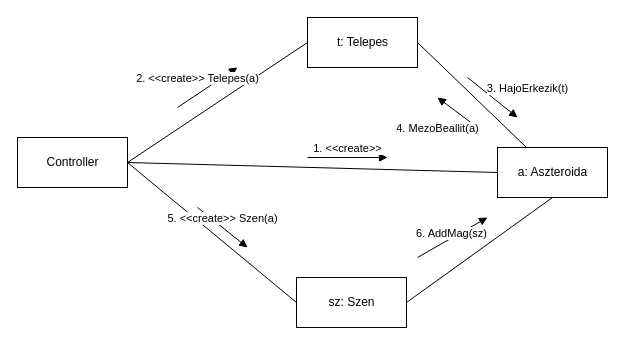
torpeBoiGo/aszteroidabanyaszat keeps this draw.io diagram as page "szen" (3 of 4) of doc/kommunikacio/kom_TelepesBanyasz.drawio. Above is the earlier version. Source tidied: cells renumbered, new cells numbered last; positions are measured from the earlier drawing's top-left corner, leaving out a move shared by most shapes. Both pictures are drawn from the tidied source at 100%, with x=0, y=0 at pixel (17, 17).
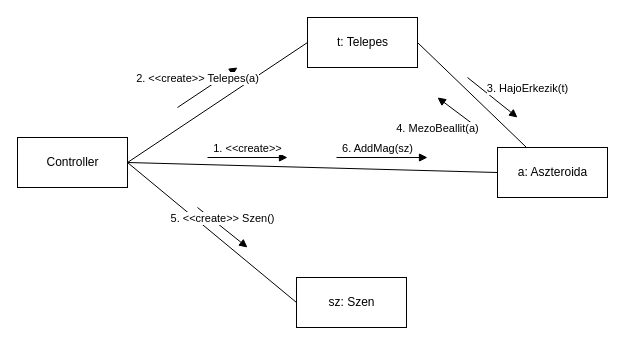
Above is the later version.

The change refers to these unchanged cells:
```xml
<mxCell id="4" value="a: Aszteroida" style="html=1;" parent="1" vertex="1">
  <mxGeometry x="480" y="130" width="110" height="50" as="geometry" />
</mxCell>
<mxCell id="12" value="sz: Szen" style="html=1;" parent="1" vertex="1">
  <mxGeometry x="279" y="260" width="110" height="50" as="geometry" />
</mxCell>
```

The edit, as a diff of the source:
```diff
@@
     <mxCell id="7" value="1. &amp;lt;&amp;lt;create&amp;gt;&amp;gt;" style="html=1;verticalAlign=bottom;endArrow=block;" parent="1" edge="1">
       <mxGeometry relative="1" as="geometry">
-        <mxPoint x="290" y="140" as="sourcePoint" />
-        <mxPoint x="370" y="140" as="targetPoint" />
+        <mxPoint x="190" y="140" as="sourcePoint" />
+        <mxPoint x="270" y="140" as="targetPoint" />
       </mxGeometry>
     </mxCell>
@@
-    <mxCell id="14" style="endArrow=none;html=1;exitX=1;exitY=0.5;exitDx=0;exitDy=0;entryX=0.5;entryY=1;entryDx=0;entryDy=0;" parent="1" edge="1" source="12" target="4">
-      <mxGeometry relative="1" as="geometry" />
-    </mxCell>
-    <mxCell id="15" value="5. &amp;lt;&amp;lt;create&amp;gt;&amp;gt; Szen(a)" style="html=1;verticalAlign=bottom;endArrow=block;" parent="1" edge="1">
+    <mxCell id="15" value="5. &amp;lt;&amp;lt;create&amp;gt;&amp;gt; Szen()" style="html=1;verticalAlign=bottom;endArrow=block;" parent="1" edge="1">
       <mxGeometry relative="1" as="geometry">
         <mxPoint x="180" y="190" as="sourcePoint" />
         <mxPoint x="230" y="230" as="targetPoint" />
       </mxGeometry>
     </mxCell>
     <mxCell id="16" value="6. AddMag(sz)" style="html=1;verticalAlign=bottom;endArrow=block;" parent="1" edge="1">
-      <mxGeometry x="-0.07" y="-4" relative="1" as="geometry">
-        <mxPoint x="400" y="240" as="sourcePoint" />
-        <mxPoint x="470" y="200" as="targetPoint" />
+      <mxGeometry x="-0.1" relative="1" as="geometry">
+        <mxPoint x="319" y="140" as="sourcePoint" />
+        <mxPoint x="410" y="140" as="targetPoint" />
       </mxGeometry>
     </mxCell>
```
